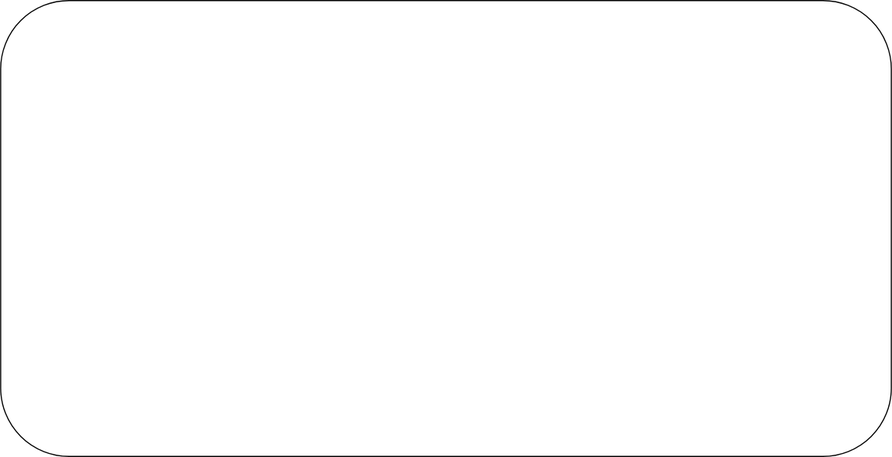
Likeheart7/draw keeps this draw.io diagram as jvm/jvm.drawio.svg. Above is the earlier version. Source tidied: cells renumbered, new cells last; positions are measured from the earlier drawing's top-left corner, leaving out a move shared by most shapes. Its diagram source:
```xml
<mxGraphModel>
  <root>
    <mxCell id="0" />
    <mxCell id="1" parent="0" />
    <mxCell id="2" style="rounded=1;whiteSpace=wrap;html=1;" parent="1" vertex="1">
      <mxGeometry width="820" height="420" as="geometry" />
    </mxCell>
  </root>
</mxGraphModel>
```
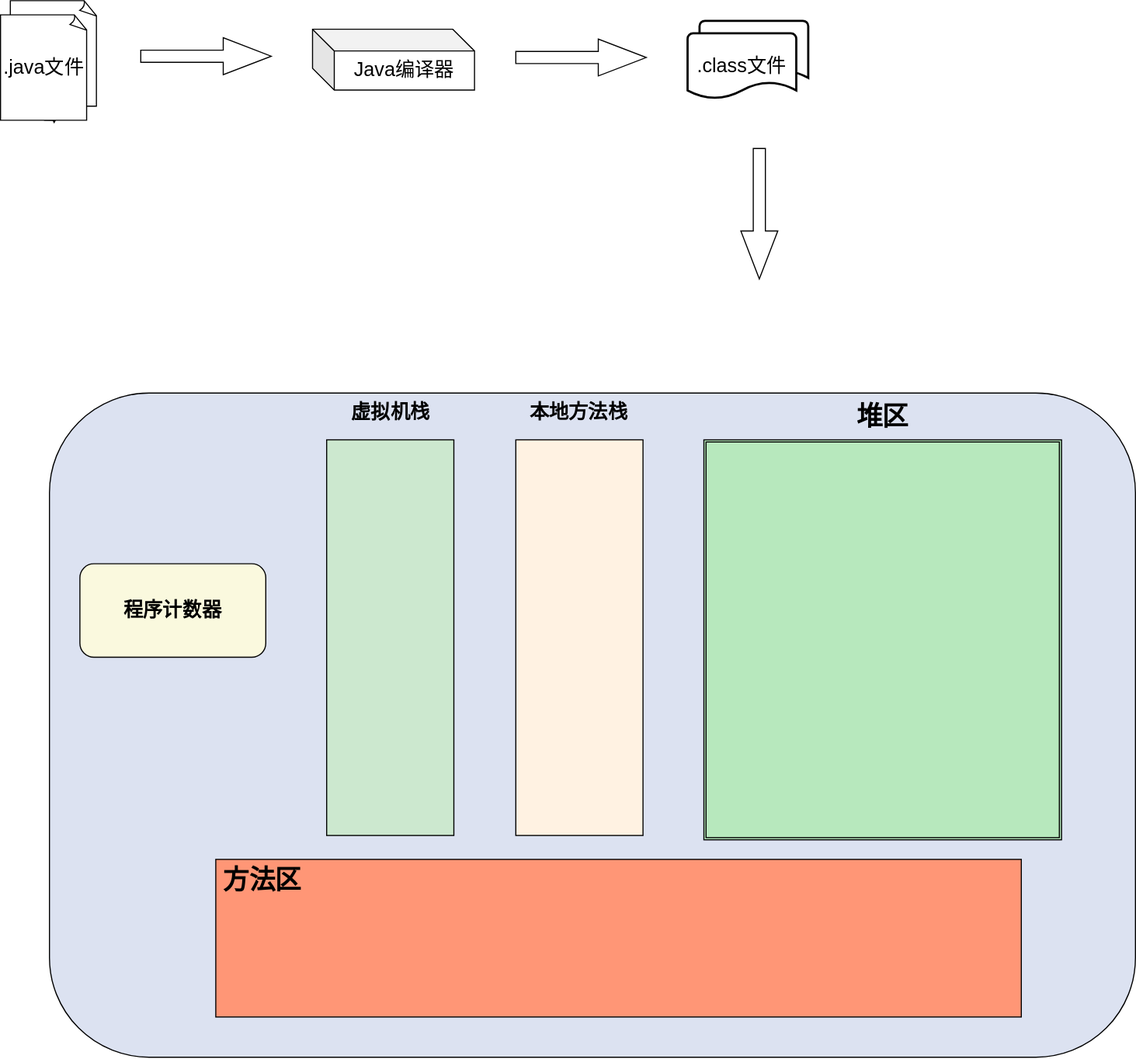
Above is the later version.

Diff of the diagram source:
```diff
@@ -2,8 +2,64 @@
   <root>
     <mxCell id="0" />
     <mxCell id="1" parent="0" />
-    <mxCell id="2" style="rounded=1;whiteSpace=wrap;html=1;" parent="1" vertex="1">
-      <mxGeometry width="820" height="420" as="geometry" />
+    <mxCell id="2" style="rounded=1;whiteSpace=wrap;html=1;fillColor=#DCE2F1;" parent="1" vertex="1">
+      <mxGeometry width="999" height="611" as="geometry" />
     </mxCell>
+    <mxCell id="3" style="whiteSpace=wrap;html=1;shape=mxgraph.basic.document;" parent="1" vertex="1">
+      <mxGeometry x="-36" y="-361" width="80" height="97" as="geometry" />
+    </mxCell>
+    <mxCell id="4" style="strokeWidth=2;html=1;shape=mxgraph.flowchart.document2;whiteSpace=wrap;size=0.25;" parent="1" vertex="1">
+      <mxGeometry x="598" y="-342.5" width="100" height="60" as="geometry" />
+    </mxCell>
+    <mxCell id="5" value="&lt;font style=&quot;font-size: 18px;&quot;&gt;.class文件&lt;/font&gt;" style="strokeWidth=2;html=1;shape=mxgraph.flowchart.document2;whiteSpace=wrap;size=0.25;" parent="1" vertex="1">
+      <mxGeometry x="587" y="-331" width="100" height="60" as="geometry" />
+    </mxCell>
+    <mxCell id="6" style="edgeStyle=orthogonalEdgeStyle;rounded=0;jettySize=auto;html=1;exitX=0.5;exitY=1;exitDx=0;exitDy=0;exitPerimeter=0;" parent="1" edge="1" source="7">
+      <mxGeometry relative="1" as="geometry">
+        <mxPoint x="4.3" y="-247.9" as="targetPoint" />
+      </mxGeometry>
+    </mxCell>
+    <mxCell id="7" value="&lt;font style=&quot;font-size: 18px;&quot;&gt;.java文件&lt;/font&gt;" style="whiteSpace=wrap;html=1;shape=mxgraph.basic.document;" parent="1" vertex="1">
+      <mxGeometry x="-45" y="-348" width="80" height="97" as="geometry" />
+    </mxCell>
+    <mxCell id="8" style="shape=singleArrow;whiteSpace=wrap;html=1;arrowWidth=0.3277310924369638;arrowSize=0.3678571428571403;" parent="1" vertex="1">
+      <mxGeometry x="84" y="-326.9" width="120" height="34" as="geometry" />
+    </mxCell>
+    <mxCell id="9" value="&lt;font style=&quot;font-size: 18px;&quot;&gt;Java编译器&lt;/font&gt;" style="shape=cube;whiteSpace=wrap;html=1;boundedLbl=1;backgroundOutline=1;darkOpacity=0.05;darkOpacity2=0.1;" parent="1" vertex="1">
+      <mxGeometry x="242" y="-334.8" width="149" height="56" as="geometry" />
+    </mxCell>
+    <mxCell id="10" style="shape=singleArrow;whiteSpace=wrap;html=1;arrowWidth=0.3277310924369638;arrowSize=0.3678571428571403;" parent="1" vertex="1">
+      <mxGeometry x="429" y="-325.8" width="120" height="34" as="geometry" />
+    </mxCell>
+    <mxCell id="11" style="shape=singleArrow;whiteSpace=wrap;html=1;arrowWidth=0.3277310924369638;arrowSize=0.3678571428571403;rotation=90;" parent="1" vertex="1">
+      <mxGeometry x="593" y="-182" width="120" height="34" as="geometry" />
+    </mxCell>
+    <mxCell id="12" value="&lt;font style=&quot;font-size: 18px;&quot;&gt;程序计数器&lt;/font&gt;" style="rounded=1;whiteSpace=wrap;html=1;fillColor=#FAF9DE;fontStyle=1;fontFamily=msyh.ttc;" parent="1" vertex="1">
+      <mxGeometry x="28" y="157" width="171" height="86" as="geometry" />
+    </mxCell>
+    <mxCell id="13" style="shape=ext;double=1;rounded=0;whiteSpace=wrap;html=1;strokeColor=default;align=center;verticalAlign=middle;fontFamily=Helvetica;fontSize=12;fontColor=default;fillColor=#B7E8BD;" parent="1" vertex="1">
+      <mxGeometry x="602" y="43" width="329" height="368" as="geometry" />
+    </mxCell>
+    <mxCell id="14" value="&lt;font style=&quot;font-size: 24px;&quot;&gt;堆区&lt;/font&gt;" style="text;html=1;align=center;verticalAlign=middle;whiteSpace=wrap;rounded=0;fontFamily=msyh.ttc;fontSize=12;fontColor=default;fontStyle=1;" parent="1" vertex="1">
+      <mxGeometry x="710" y="7" width="113" height="30" as="geometry" />
+    </mxCell>
+    <mxCell id="15" style="rounded=0;whiteSpace=wrap;html=1;strokeColor=default;align=center;verticalAlign=middle;fontFamily=Helvetica;fontSize=12;fontColor=default;fillColor=#FF9676;" parent="1" vertex="1">
+      <mxGeometry x="153" y="429" width="741" height="145" as="geometry" />
+    </mxCell>
+    <mxCell id="16" value="&lt;span style=&quot;font-size: 24px;&quot;&gt;方法区&lt;/span&gt;" style="text;html=1;align=center;verticalAlign=middle;whiteSpace=wrap;rounded=0;fontFamily=msyh.ttc;fontSize=12;fontColor=default;fontStyle=1;" parent="1" vertex="1">
+      <mxGeometry x="156" y="434" width="80" height="30" as="geometry" />
+    </mxCell>
+    <mxCell id="17" style="rounded=0;whiteSpace=wrap;html=1;align=center;verticalAlign=middle;fontFamily=msyh.ttc;fontSize=12;fontColor=default;fontStyle=1;fillColor=#CCE8CF;gradientColor=none;" parent="1" vertex="1">
+      <mxGeometry x="255" y="43" width="117" height="364" as="geometry" />
+    </mxCell>
+    <mxCell id="18" style="rounded=0;whiteSpace=wrap;html=1;align=center;verticalAlign=middle;fontFamily=msyh.ttc;fontSize=12;fontColor=default;fontStyle=1;fillColor=#FFF2E2;gradientColor=none;" parent="1" vertex="1">
+      <mxGeometry x="429" y="43" width="117" height="364" as="geometry" />
+    </mxCell>
+    <mxCell id="19" value="&lt;font style=&quot;font-size: 18px;&quot;&gt;虚拟机栈&lt;/font&gt;" style="text;html=1;align=center;verticalAlign=middle;whiteSpace=wrap;rounded=0;fontFamily=msyh.ttc;fontSize=12;fontColor=default;fontStyle=1;" parent="1" vertex="1">
+      <mxGeometry x="273.5" y="3" width="80" height="30" as="geometry" />
+    </mxCell>
+    <mxCell id="20" value="&lt;font style=&quot;font-size: 18px;&quot;&gt;本地方法栈&lt;/font&gt;" style="text;html=1;align=center;verticalAlign=middle;whiteSpace=wrap;rounded=0;fontFamily=msyh.ttc;fontSize=12;fontColor=default;fontStyle=1;" parent="1" vertex="1">
+      <mxGeometry x="439.2" y="3" width="96.5" height="30" as="geometry" />
+    </mxCell>
   </root>
 </mxGraphModel>
```
